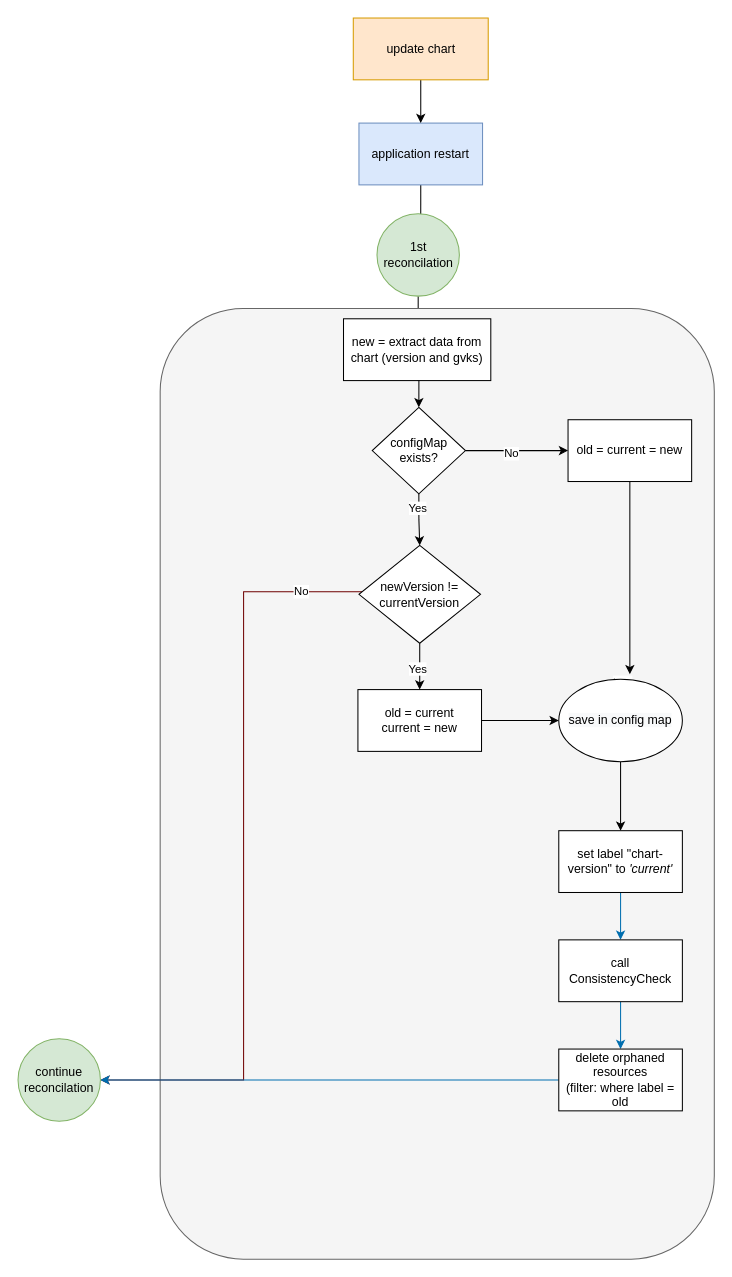
Before: docs/assets/activity_updating.drawio in kyma-project/btp-manager, a draw.io diagram. Source tidied: cells renumbered, new cells numbered last; positions are measured from the earlier drawing's top-left corner, leaving out a move shared by most shapes. Both pictures are drawn from the tidied source at 103%, with x=0, y=0 at pixel (18, 18).
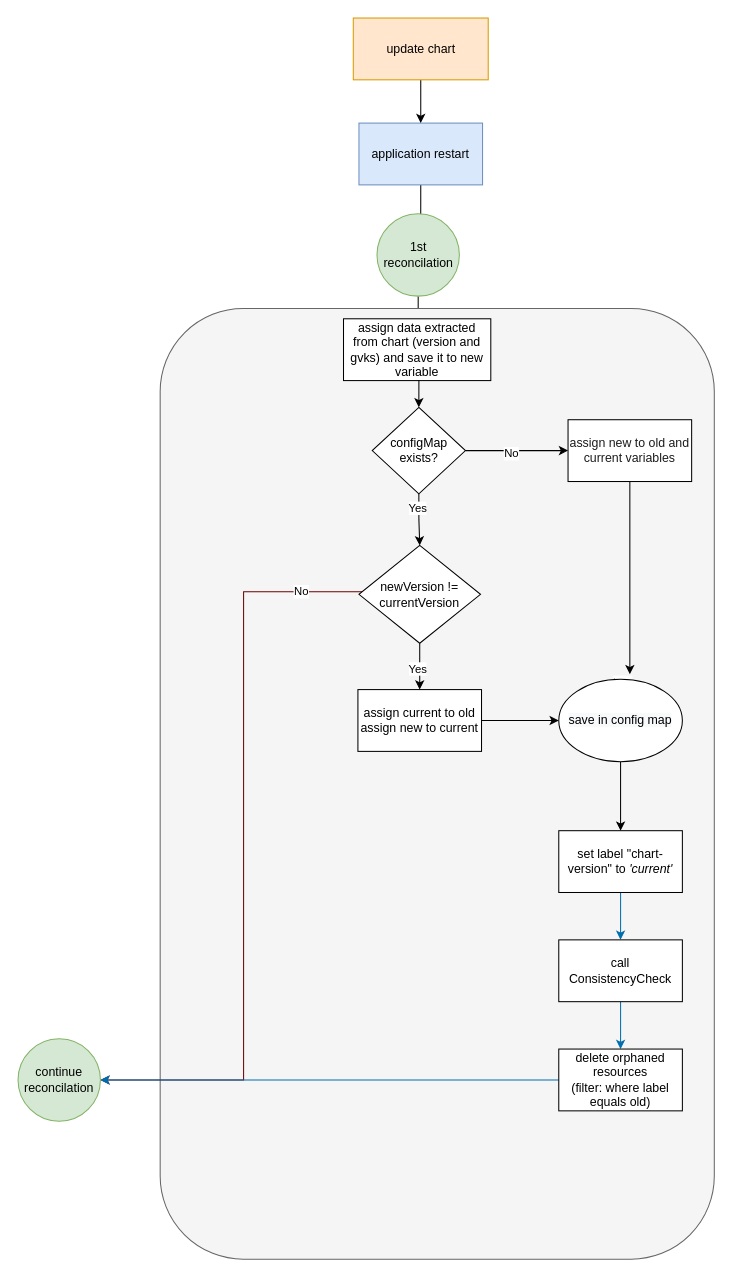
The same diagram, later.

Change to the diagram source:
```diff
@@
-    <mxCell id="10" value="new = extract data from chart (version and gvks)" style="rounded=0;whiteSpace=wrap;html=1;" parent="1" vertex="1">
+    <mxCell id="10" value="assign data extracted from chart (version and gvks) and save it to new variable" style="rounded=0;whiteSpace=wrap;html=1;" parent="1" vertex="1">
       <mxGeometry x="316" y="292" width="143" height="60" as="geometry" />
     </mxCell>
@@
-    <mxCell id="12" value="old = current = new" style="rounded=0;whiteSpace=wrap;html=1;" parent="1" vertex="1">
+    <mxCell id="12" value="&lt;span style=&quot;color: rgb(29, 28, 29); font-variant-ligatures: common-ligatures; text-align: left;&quot;&gt;&lt;font style=&quot;font-size: 12px;&quot;&gt;assign new to old and current variables&lt;/font&gt;&lt;/span&gt;" style="rounded=0;whiteSpace=wrap;html=1;" parent="1" vertex="1">
       <mxGeometry x="534" y="390" width="120" height="60" as="geometry" />
     </mxCell>
@@
-    <mxCell id="18" value="old = current&lt;br&gt;current = new" style="rounded=0;whiteSpace=wrap;html=1;" parent="1" vertex="1">
+    <mxCell id="18" value="assign&amp;nbsp;current&amp;nbsp;to&amp;nbsp;old&lt;br&gt;assign new to&amp;nbsp;current" style="rounded=0;whiteSpace=wrap;html=1;" parent="1" vertex="1">
       <mxGeometry x="330" y="652" width="120" height="60" as="geometry" />
     </mxCell>
@@
-    <mxCell id="34" value="delete&amp;nbsp;orphaned resources&lt;br style=&quot;border-color: var(--border-color);&quot;&gt;(filter: where label = old" style="rounded=0;whiteSpace=wrap;html=1;" parent="1" vertex="1">
+    <mxCell id="34" value="delete&amp;nbsp;orphaned resources&lt;br style=&quot;border-color: var(--border-color);&quot;&gt;(filter: where label equals old)" style="rounded=0;whiteSpace=wrap;html=1;" parent="1" vertex="1">
       <mxGeometry x="525" y="1001" width="120" height="60" as="geometry" />
     </mxCell>
```
